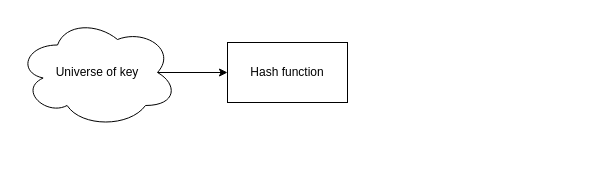
Above: hashing/documention/hashFunction.dio in ratanlalmourya/geeksforgeeks (draw.io), before the change. Source tidied: cells renumbered, new cells numbered last; positions are measured from the earlier drawing's top-left corner, leaving out a move shared by most shapes. Both pictures are drawn from the tidied source at 100%, with x=0, y=0 at pixel (17, 17).
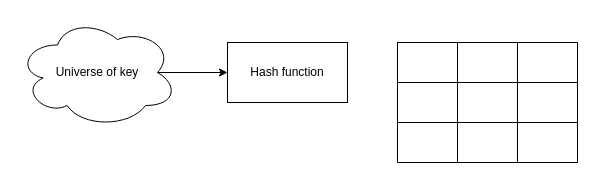
After the change.

The edit, as a diff of the source:
```diff
@@
 <mxGraphModel>
   <root>
     <mxCell id="0" />
     <mxCell id="1" parent="0" />
     <mxCell id="2" style="edgeStyle=none;html=1;exitX=0.875;exitY=0.5;exitDx=0;exitDy=0;exitPerimeter=0;" parent="1" edge="1" source="3" target="4">
       <mxGeometry relative="1" as="geometry" />
     </mxCell>
     <mxCell id="3" value="Universe of key" style="ellipse;shape=cloud;whiteSpace=wrap;html=1;" parent="1" vertex="1">
       <mxGeometry width="160" height="110" as="geometry" />
     </mxCell>
     <mxCell id="4" value="Hash function" style="rounded=0;whiteSpace=wrap;html=1;" parent="1" vertex="1">
       <mxGeometry x="210" y="25" width="120" height="60" as="geometry" />
     </mxCell>
+    <mxCell id="5" style="shape=table;html=1;whiteSpace=wrap;startSize=0;childLayout=tableLayout;swimlaneLine=1;" parent="1" vertex="1">
+      <mxGeometry x="380" y="25" width="180" height="120" as="geometry" />
+    </mxCell>
+    <mxCell id="6" style="shape=tableRow;horizontal=0;startSize=0;swimlaneHead=0;swimlaneBody=0;top=0;left=0;bottom=0;right=0;fillColor=none;" parent="5" vertex="1">
+      <mxGeometry width="180" height="40" as="geometry" />
+    </mxCell>
+    <mxCell id="7" style="shape=partialRectangle;html=1;whiteSpace=wrap;fillColor=none;top=0;left=0;bottom=0;right=0;overflow=hidden;" parent="6" vertex="1">
+      <mxGeometry width="60" height="40" as="geometry" />
+    </mxCell>
+    <mxCell id="8" style="shape=partialRectangle;html=1;whiteSpace=wrap;fillColor=none;top=0;left=0;bottom=0;right=0;overflow=hidden;" parent="6" vertex="1">
+      <mxGeometry x="60" width="60" height="40" as="geometry" />
+    </mxCell>
+    <mxCell id="9" style="shape=partialRectangle;html=1;whiteSpace=wrap;fillColor=none;top=0;left=0;bottom=0;right=0;overflow=hidden;" parent="6" vertex="1">
+      <mxGeometry x="120" width="60" height="40" as="geometry" />
+    </mxCell>
+    <mxCell id="10" style="shape=tableRow;horizontal=0;startSize=0;swimlaneHead=0;swimlaneBody=0;top=0;left=0;bottom=0;right=0;fillColor=none;" parent="5" vertex="1">
+      <mxGeometry y="40" width="180" height="40" as="geometry" />
+    </mxCell>
+    <mxCell id="11" style="shape=partialRectangle;html=1;whiteSpace=wrap;fillColor=none;top=0;left=0;bottom=0;right=0;overflow=hidden;" parent="10" vertex="1">
+      <mxGeometry width="60" height="40" as="geometry" />
+    </mxCell>
+    <mxCell id="12" style="shape=partialRectangle;html=1;whiteSpace=wrap;fillColor=none;top=0;left=0;bottom=0;right=0;overflow=hidden;" parent="10" vertex="1">
+      <mxGeometry x="60" width="60" height="40" as="geometry" />
+    </mxCell>
+    <mxCell id="13" style="shape=partialRectangle;html=1;whiteSpace=wrap;fillColor=none;top=0;left=0;bottom=0;right=0;overflow=hidden;" parent="10" vertex="1">
+      <mxGeometry x="120" width="60" height="40" as="geometry" />
+    </mxCell>
+    <mxCell id="14" style="shape=tableRow;horizontal=0;startSize=0;swimlaneHead=0;swimlaneBody=0;top=0;left=0;bottom=0;right=0;fillColor=none;" parent="5" vertex="1">
+      <mxGeometry y="80" width="180" height="40" as="geometry" />
+    </mxCell>
+    <mxCell id="15" style="shape=partialRectangle;html=1;whiteSpace=wrap;fillColor=none;top=0;left=0;bottom=0;right=0;overflow=hidden;" parent="14" vertex="1">
+      <mxGeometry width="60" height="40" as="geometry" />
+    </mxCell>
+    <mxCell id="16" style="shape=partialRectangle;html=1;whiteSpace=wrap;fillColor=none;top=0;left=0;bottom=0;right=0;overflow=hidden;" parent="14" vertex="1">
+      <mxGeometry x="60" width="60" height="40" as="geometry" />
+    </mxCell>
+    <mxCell id="17" style="shape=partialRectangle;html=1;whiteSpace=wrap;fillColor=none;top=0;left=0;bottom=0;right=0;overflow=hidden;" parent="14" vertex="1">
+      <mxGeometry x="120" width="60" height="40" as="geometry" />
+    </mxCell>
   </root>
 </mxGraphModel>
```
